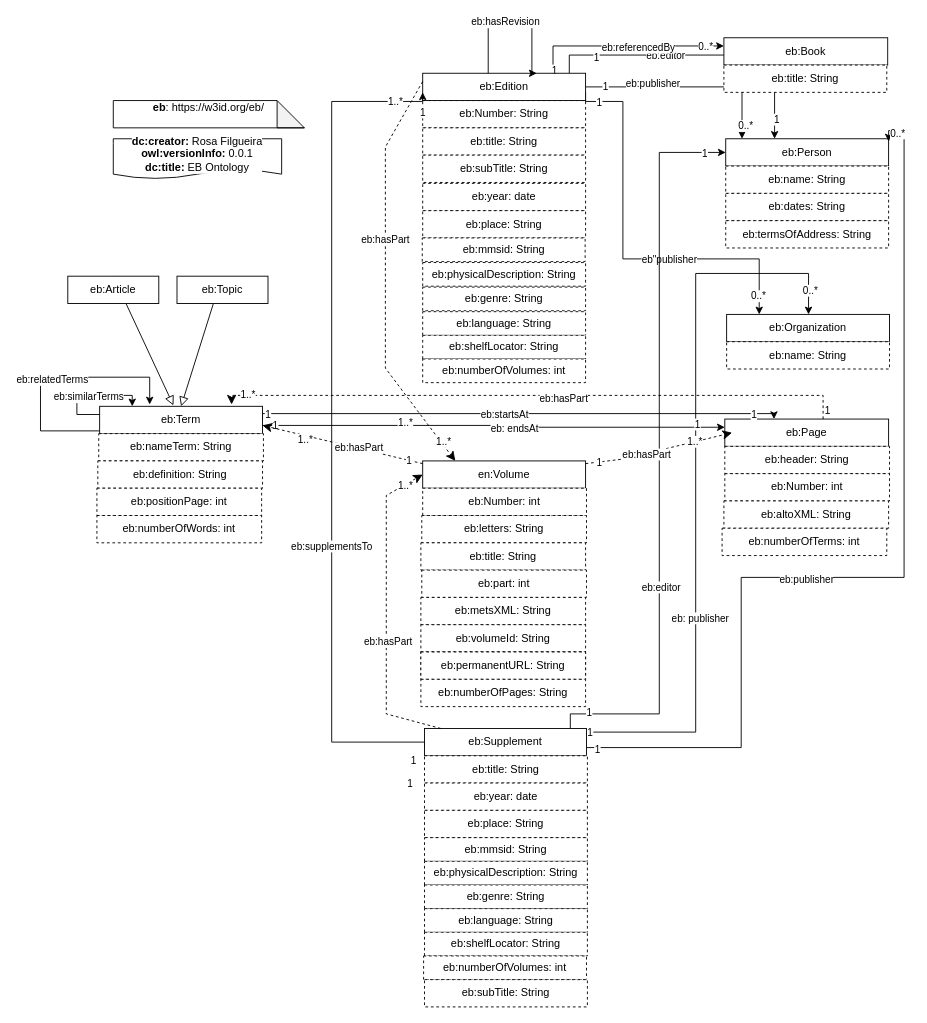
This is eb.drawio from francesNLP/EB-ontology, a draw.io file, before an edit. Source tidied: cells renumbered, new cells numbered last; positions are measured from the earlier drawing's top-left corner, leaving out a move shared by most shapes. Both pictures are drawn from the tidied source at 91%, with x=0, y=0 at pixel (40, 22).
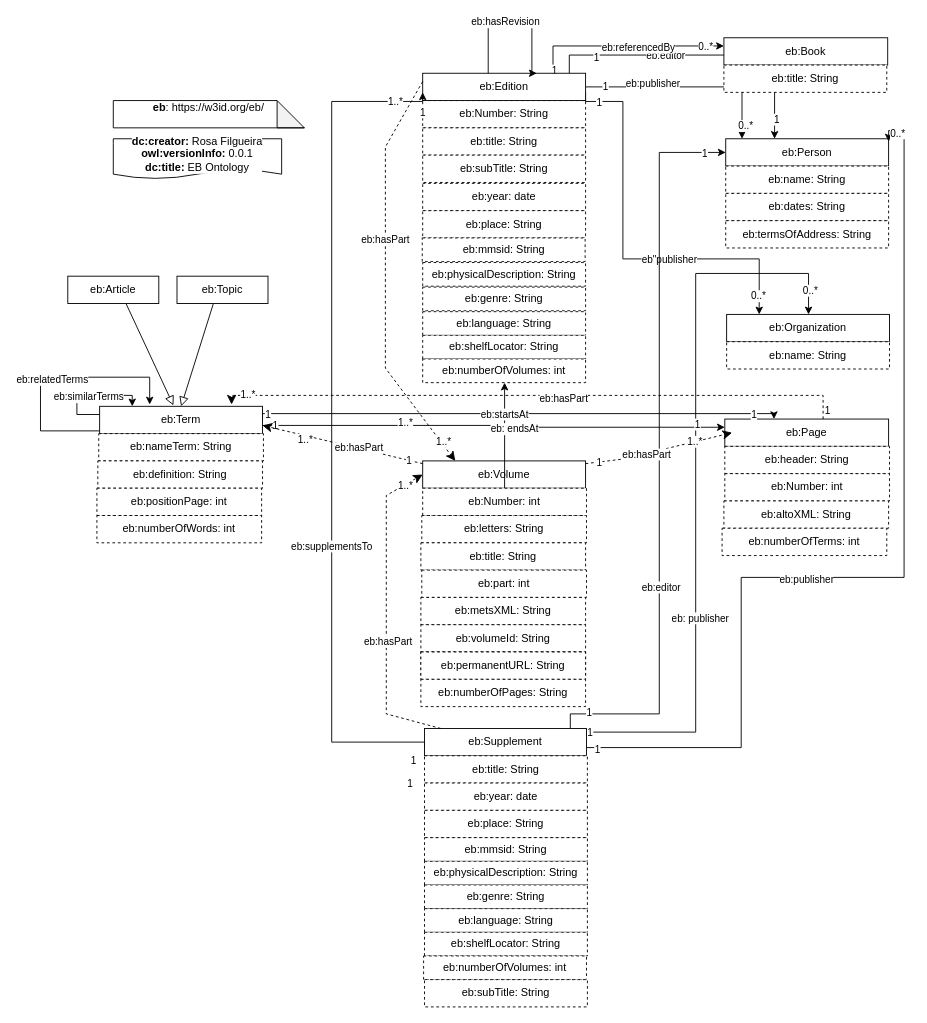
After the change.

The change refers to these unchanged cells:
```xml
<mxCell id="42" value="eb:Number: int" style="rounded=0;whiteSpace=wrap;html=1;snapToPoint=1;points=[[0.1,0],[0.2,0],[0.3,0],[0.4,0],[0.5,0],[0.6,0],[0.7,0],[0.8,0],[0.9,0],[0,0.1],[0,0.3],[0,0.5],[0,0.7],[0,0.9],[0.1,1],[0.2,1],[0.3,1],[0.4,1],[0.5,1],[0.6,1],[0.7,1],[0.8,1],[0.9,1],[1,0.1],[1,0.3],[1,0.5],[1,0.7],[1,0.9]];dashed=1;" parent="1" vertex="1">
  <mxGeometry x="420" y="512" width="180" height="30" as="geometry" />
</mxCell>
<mxCell id="121" value="eb:numberOfVolumes: int" style="rounded=0;whiteSpace=wrap;html=1;snapToPoint=1;points=[[0.1,0],[0.2,0],[0.3,0],[0.4,0],[0.5,0],[0.6,0],[0.7,0],[0.8,0],[0.9,0],[0,0.1],[0,0.3],[0,0.5],[0,0.7],[0,0.9],[0.1,1],[0.2,1],[0.3,1],[0.4,1],[0.5,1],[0.6,1],[0.7,1],[0.8,1],[0.9,1],[1,0.1],[1,0.3],[1,0.5],[1,0.7],[1,0.9]];dashed=1;" parent="1" vertex="1">
  <mxGeometry x="420" y="370" width="179" height="26" as="geometry" />
</mxCell>
```

The edit, as a diff of the source:
```diff
@@
-    <mxCell id="36" value="en:Volume" style="rounded=0;whiteSpace=wrap;html=1;snapToPoint=1;points=[[0.1,0],[0.2,0],[0.3,0],[0.4,0],[0.5,0],[0.6,0],[0.7,0],[0.8,0],[0.9,0],[0,0.1],[0,0.3],[0,0.5],[0,0.7],[0,0.9],[0.1,1],[0.2,1],[0.3,1],[0.4,1],[0.5,1],[0.6,1],[0.7,1],[0.8,1],[0.9,1],[1,0.1],[1,0.3],[1,0.5],[1,0.7],[1,0.9]];" parent="1" vertex="1">
+    <mxCell id="36" value="eb:Volume" style="rounded=0;whiteSpace=wrap;html=1;snapToPoint=1;points=[[0.1,0],[0.2,0],[0.3,0],[0.4,0],[0.5,0],[0.6,0],[0.7,0],[0.8,0],[0.9,0],[0,0.1],[0,0.3],[0,0.5],[0,0.7],[0,0.9],[0.1,1],[0.2,1],[0.3,1],[0.4,1],[0.5,1],[0.6,1],[0.7,1],[0.8,1],[0.9,1],[1,0.1],[1,0.3],[1,0.5],[1,0.7],[1,0.9]];" parent="1" vertex="1">
       <mxGeometry x="420" y="482" width="179" height="30" as="geometry" />
     </mxCell>
@@
+    <mxCell id="125" style="edgeStyle=orthogonalEdgeStyle;rounded=0;jettySize=auto;html=1;" parent="1" edge="1" source="42" target="121">
+      <mxGeometry relative="1" as="geometry" />
+    </mxCell>
```
